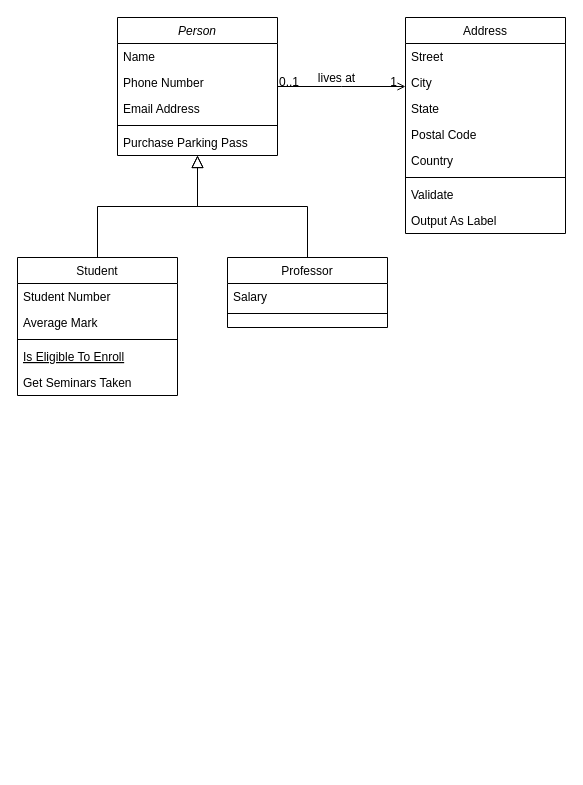
Mr-wangk/test keeps this draw.io diagram as 未命名绘图.drawio. Above is the earlier version. Source tidied: cells renumbered, new cells numbered last; positions are measured from the earlier drawing's top-left corner, leaving out a move shared by most shapes. Both pictures are drawn from the tidied source at 100%, with x=0, y=0 at pixel (17, 17).
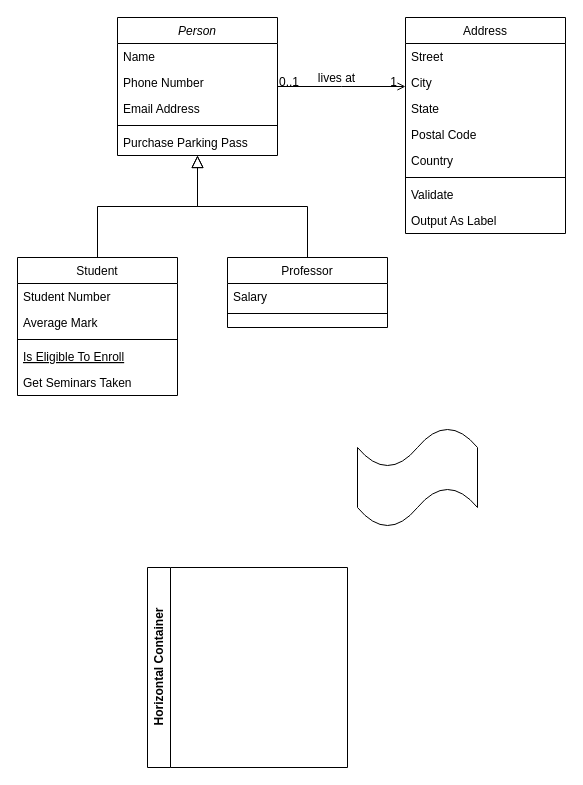
After the change.

Commit message:
更新未命名绘图.drawio

Change to the diagram source:
```diff
@@
+    <mxCell id="32" value="Horizontal Container" style="swimlane;horizontal=0;whiteSpace=wrap;html=1;" parent="1" vertex="1">
+      <mxGeometry x="130" y="550" width="200" height="200" as="geometry" />
+    </mxCell>
+    <mxCell id="33" style="shape=tape;whiteSpace=wrap;html=1;" parent="1" vertex="1">
+      <mxGeometry x="340" y="410" width="120" height="100" as="geometry" />
+    </mxCell>
```
